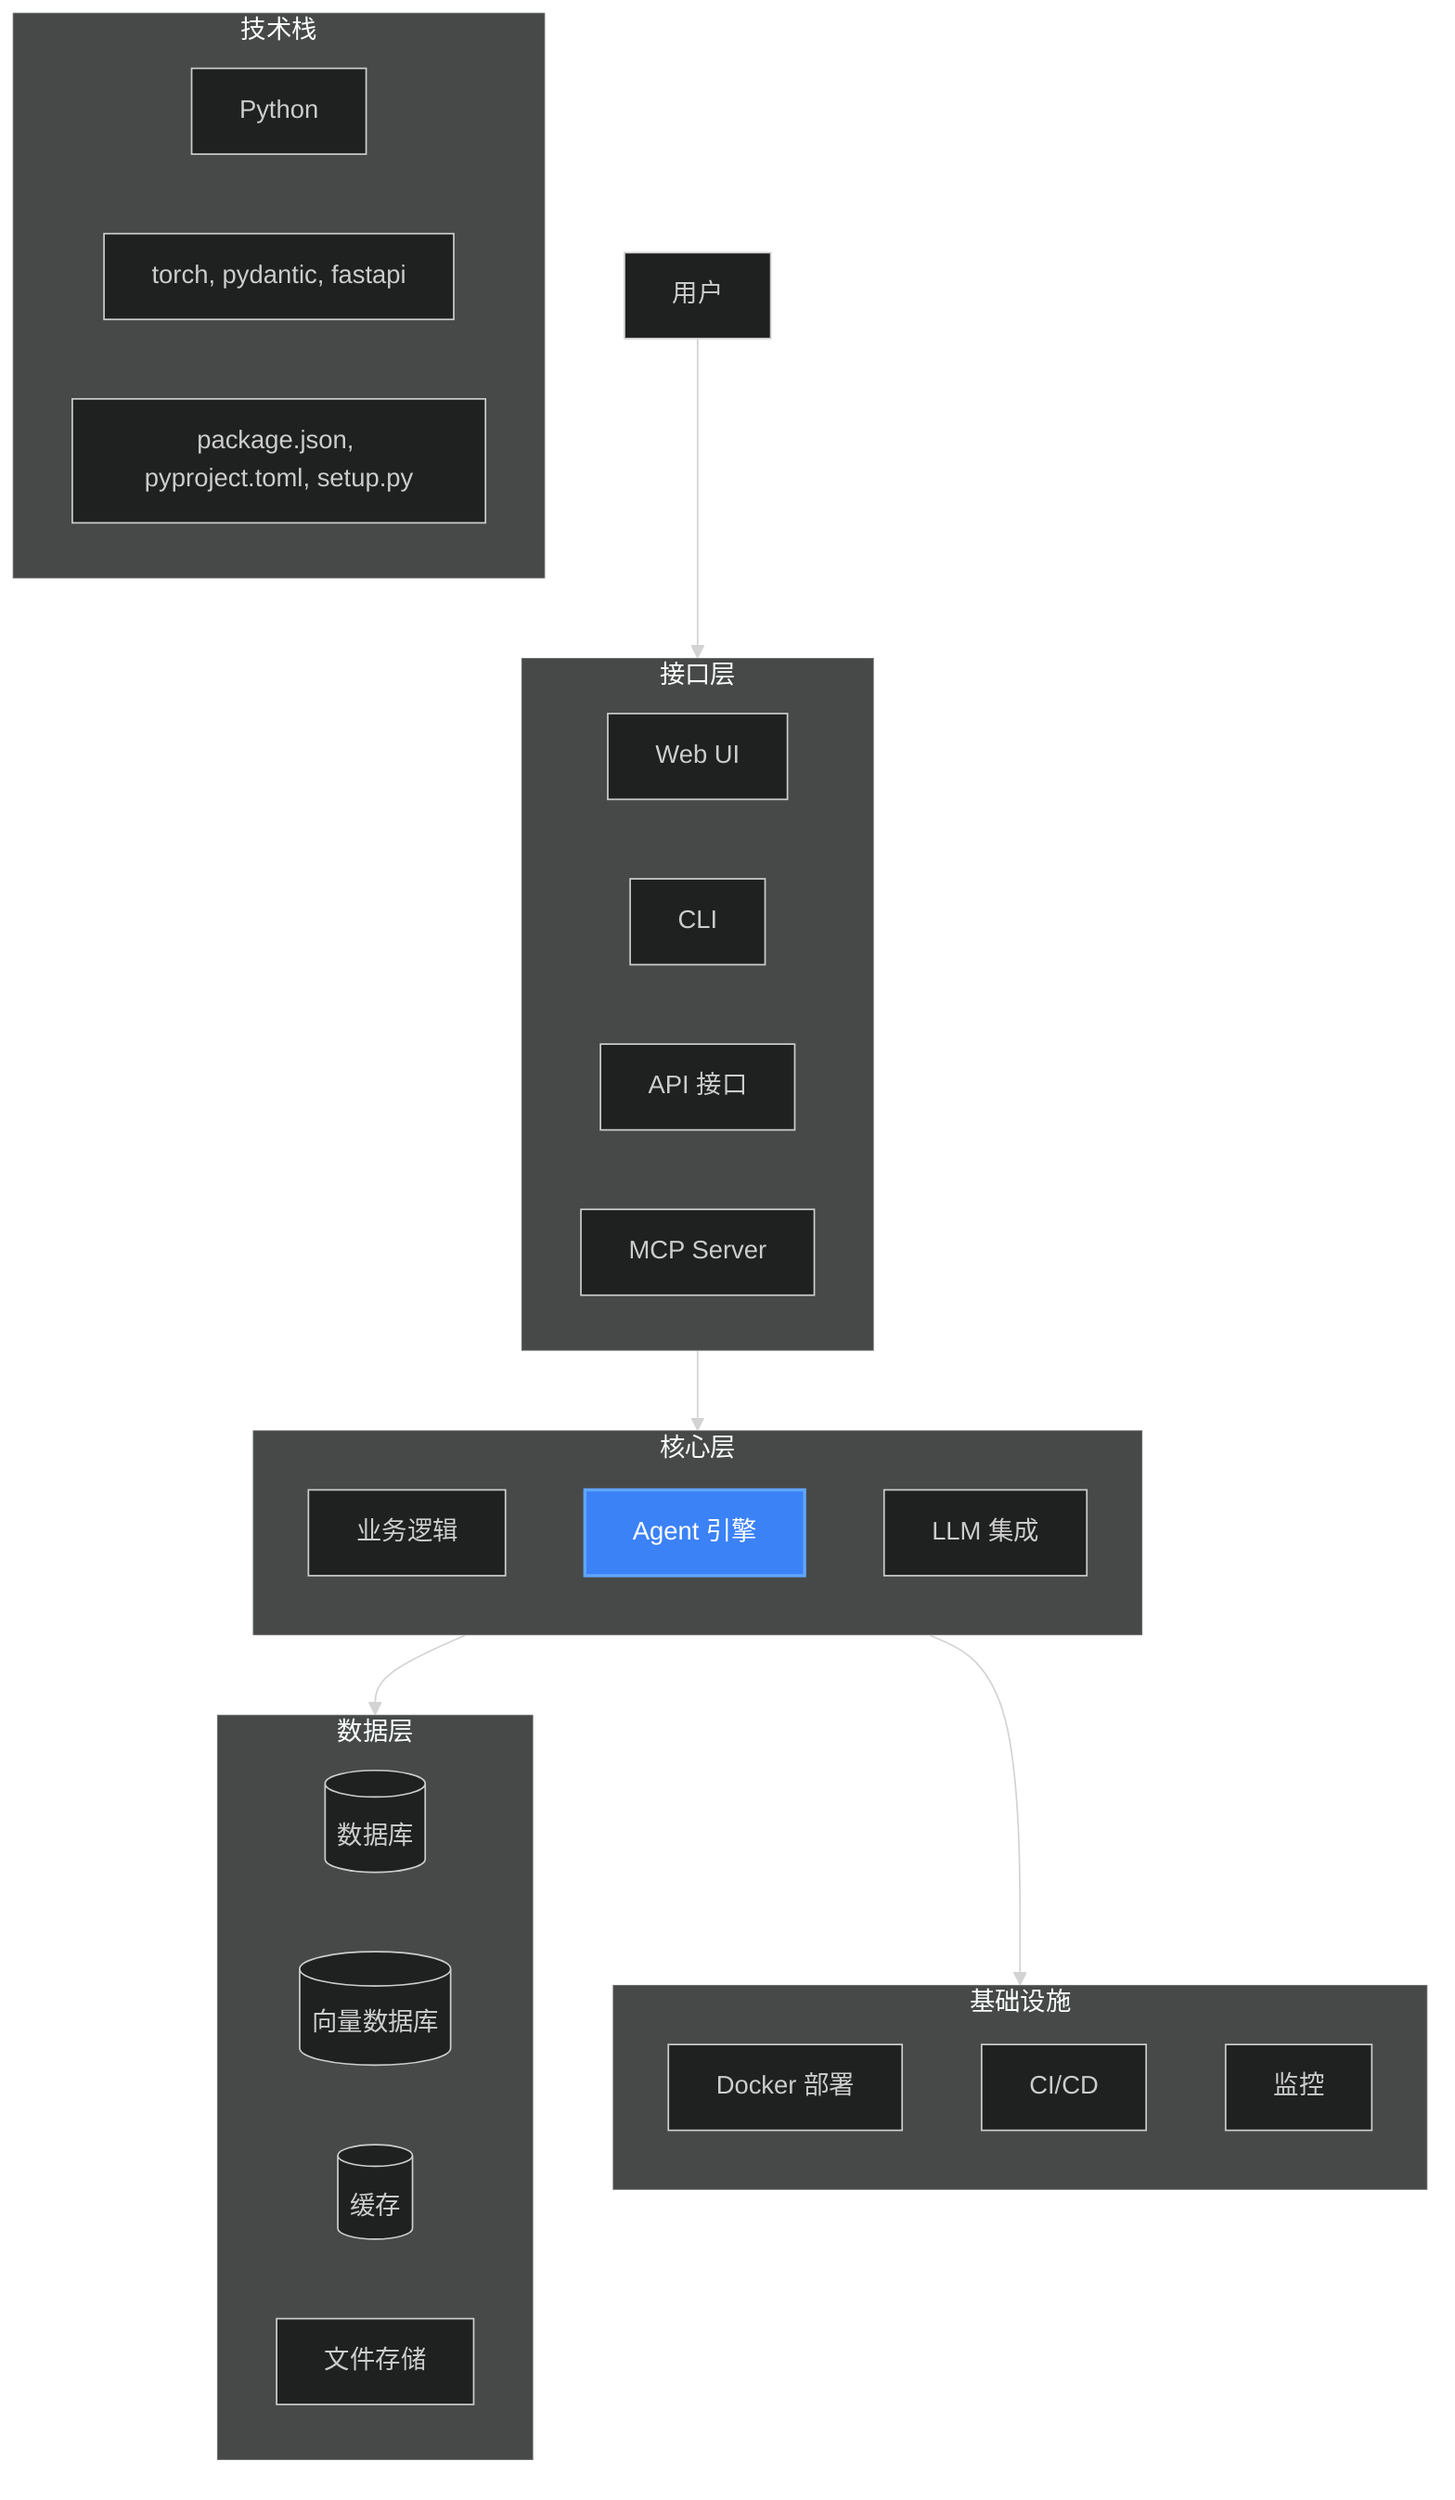
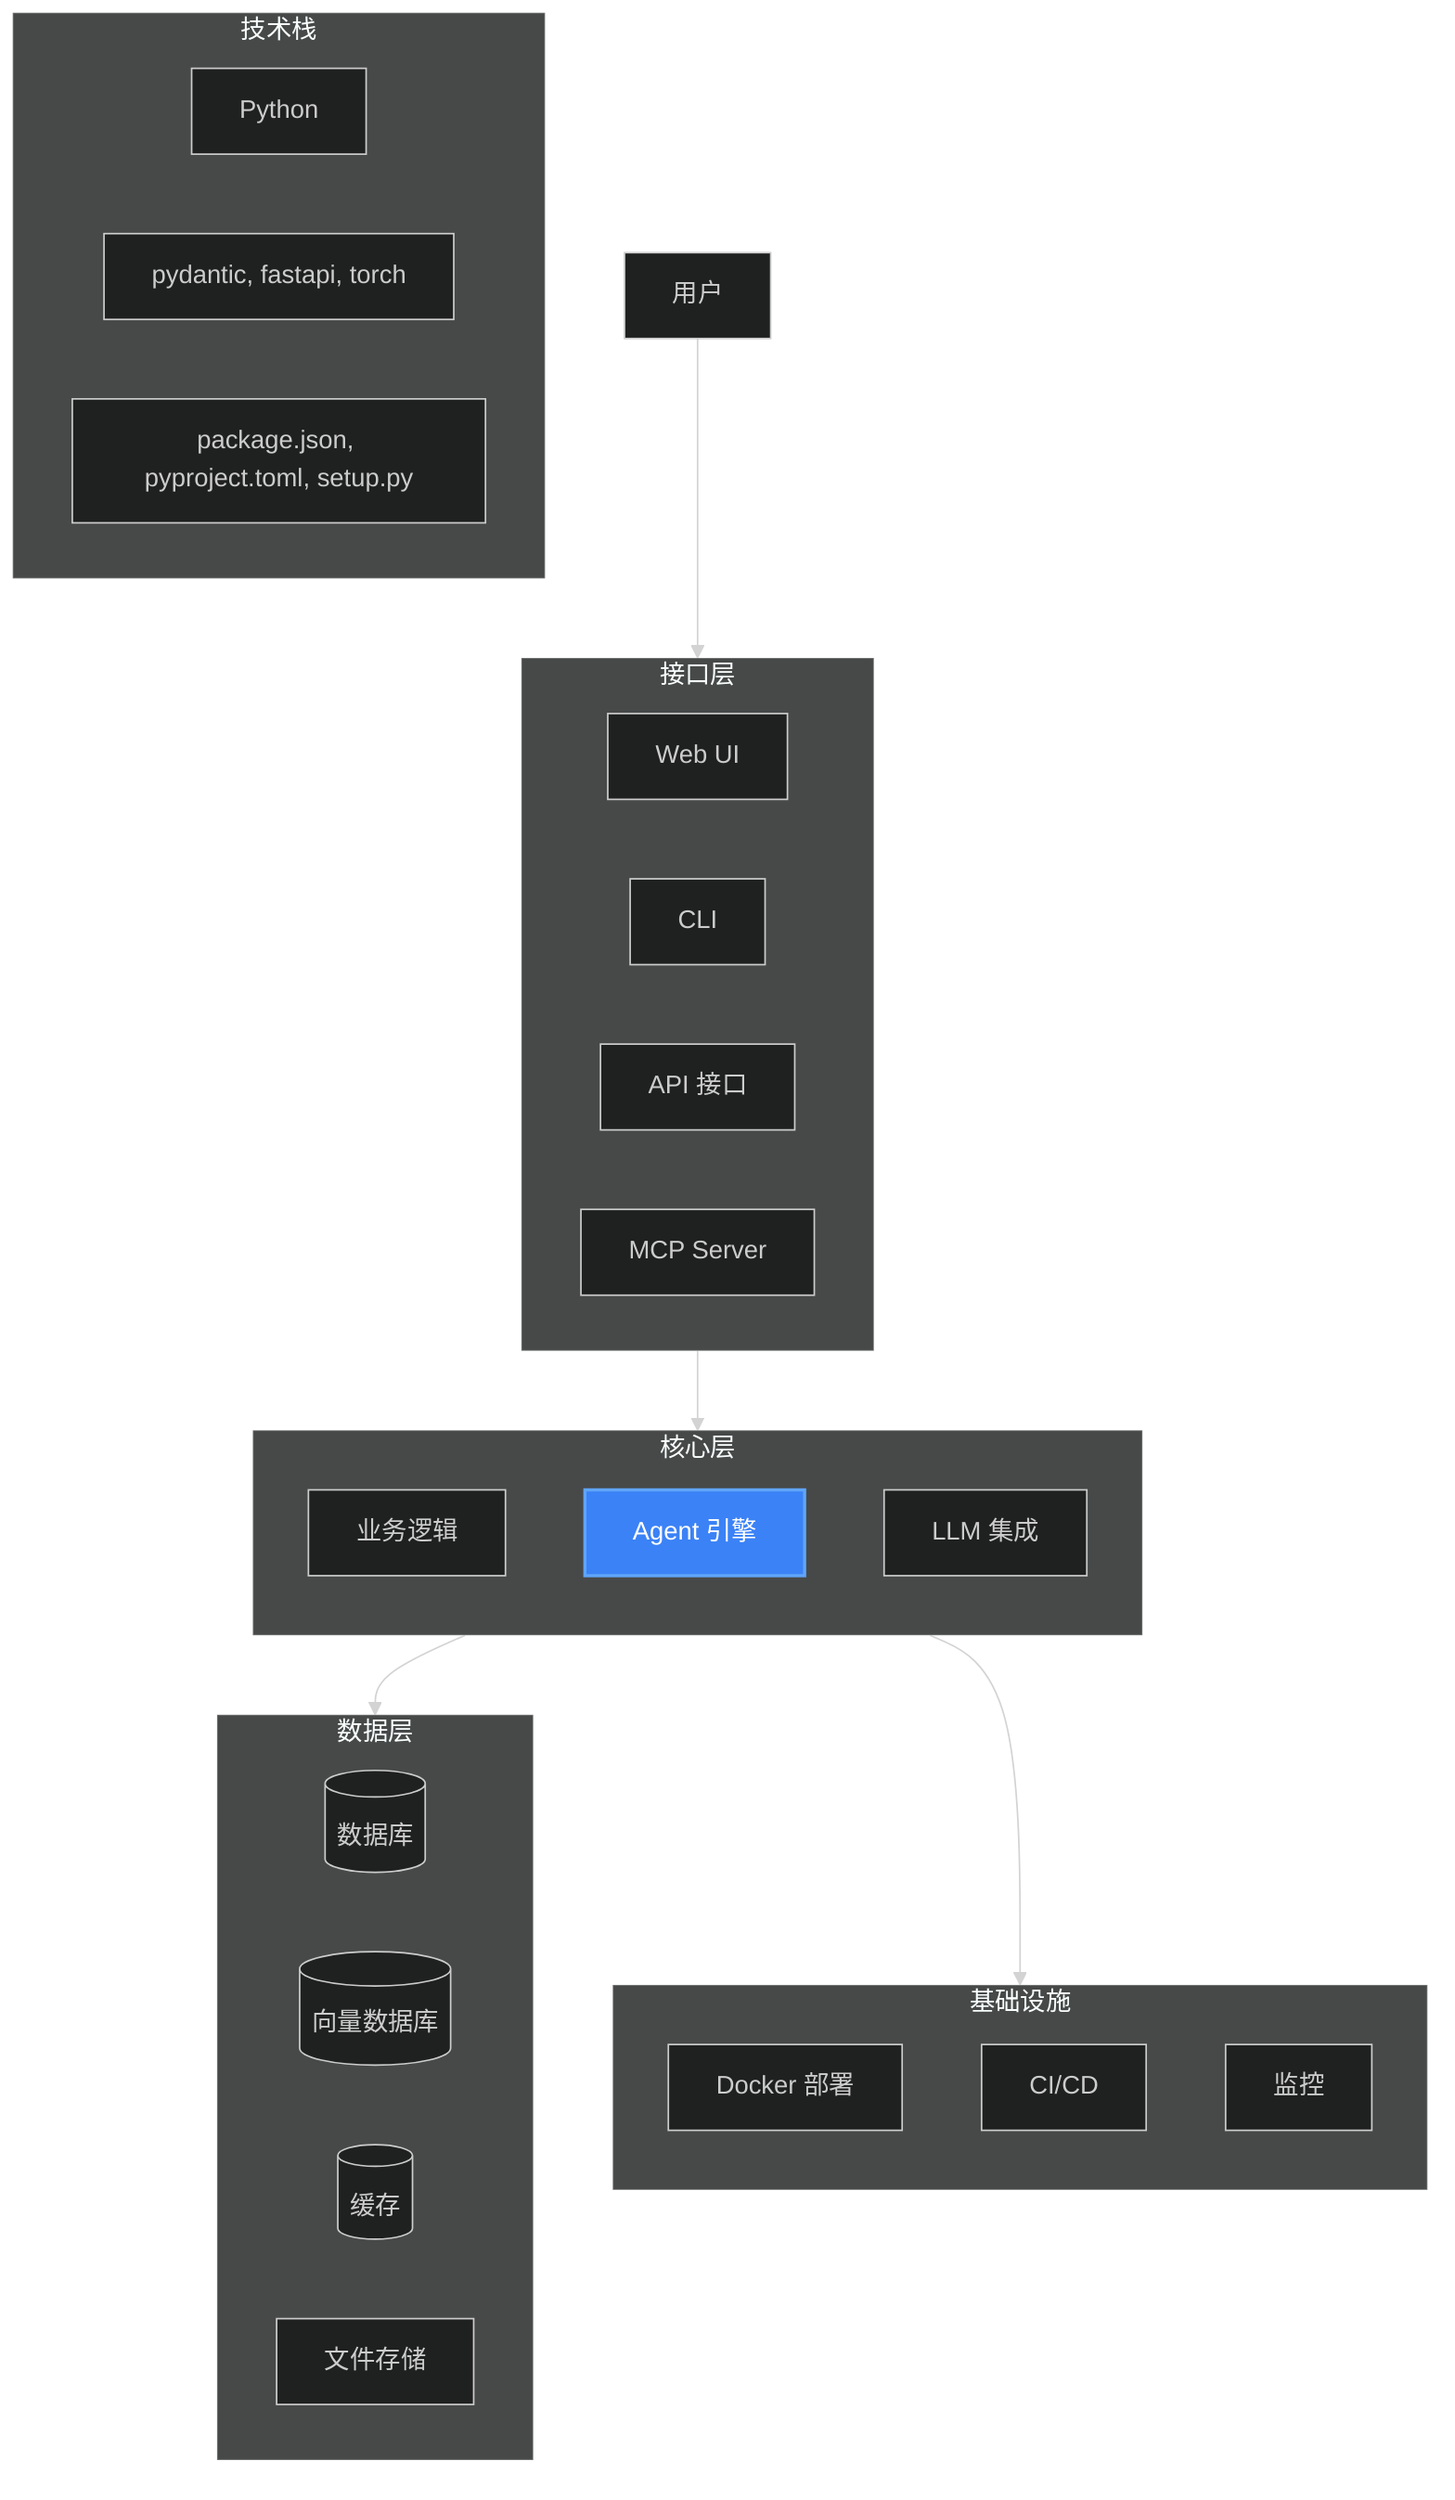
%%{init: {'theme': 'dark'}}%%
graph TB
    User[用户] --> Interface[接口层]

    subgraph Interface[接口层]
        direction LR
        WebUI[Web UI]
        CLI[CLI]
        API[API 接口]
        MCP[MCP Server]
    end

    subgraph Core[核心层]
        direction TB
        Business[业务逻辑]
        AgentEngine[Agent 引擎]:::highlight
        LLM[LLM 集成]
    end

    subgraph Data[数据层]
        direction LR
        Database[(数据库)]
        VectorDB[(向量数据库)]
        Cache[(缓存)]
        Files[文件存储]
    end

    subgraph Infra[基础设施]
        direction TB
        Docker[Docker 部署]
        CI/CD[CI/CD]
        Monitoring[监控]
    end

    Interface --> Core
    Core --> Data
    Core --> Infra

    classDef highlight fill:#3b82f6,stroke:#60a5fa,stroke-width:2px,color:white

    %% 技术栈信息
    subgraph TechStack[技术栈]
        direction LR
        Lang[Python]
-         FW[torch, pydantic, fastapi]
+         FW[pydantic, fastapi, torch]
        Deps[package.json, pyproject.toml, setup.py]
    end
